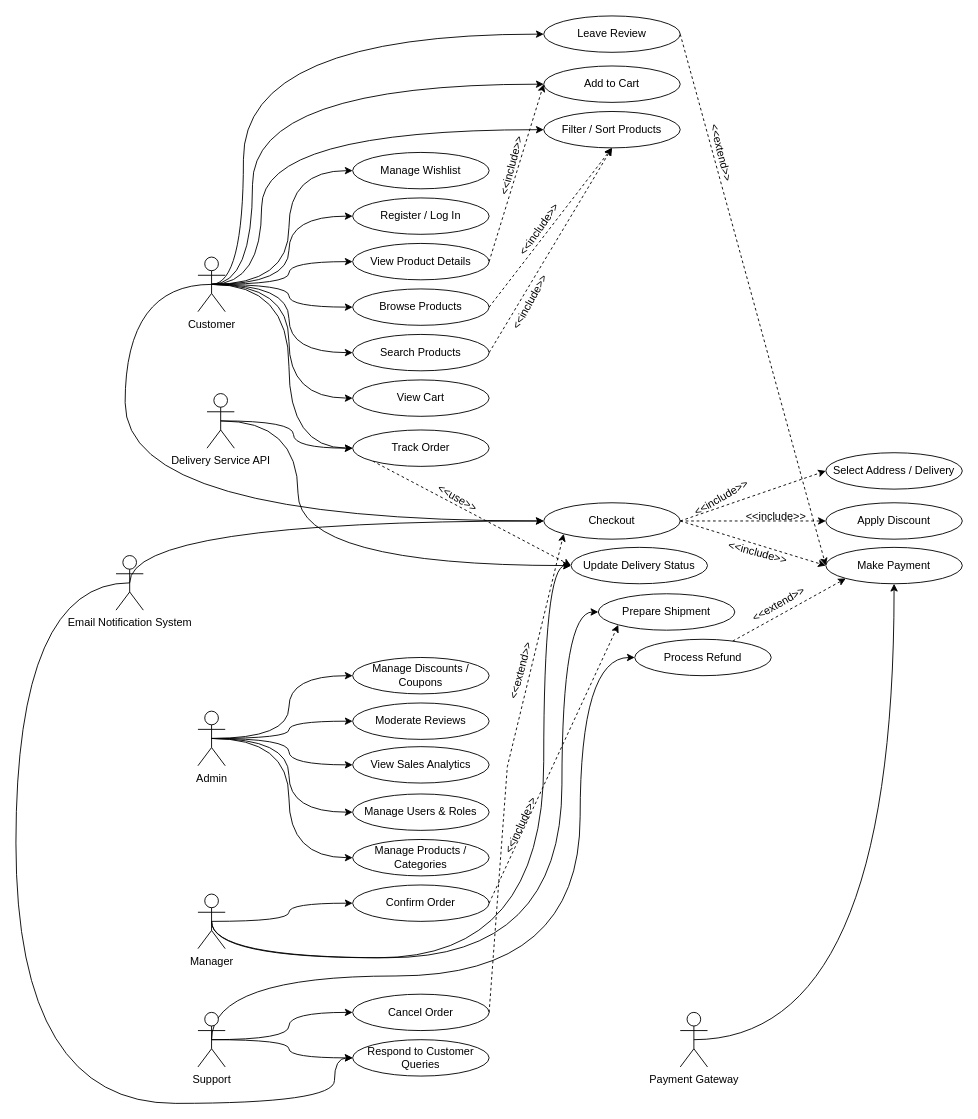
Earlier version of the draw.io diagram Lab2/drawio/usecase.drawio (ValMai12/Labs_1). Source tidied: cells renumbered, new cells numbered last; positions are measured from the earlier drawing's top-left corner, leaving out a move shared by most shapes. Both pictures are drawn from the tidied source at 91%, with x=0, y=0 at pixel (15, 15).
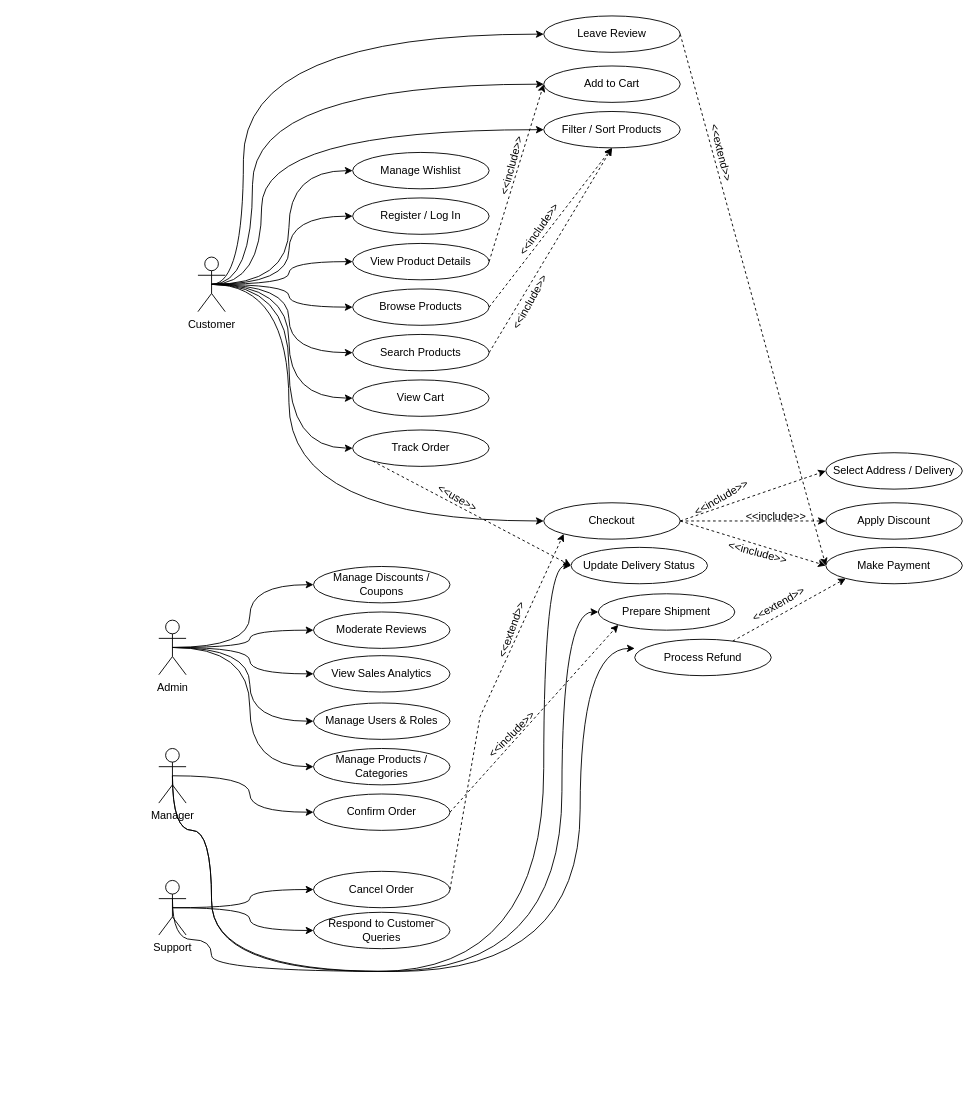
Above is the later version.

Unchanged cells that the change refers to:
```xml
<mxCell id="8" value="Prepare Shipment" style="ellipse;whiteSpace=wrap;html=1;" parent="1" vertex="1">
  <mxGeometry x="640" y="635" width="150" height="40" as="geometry" />
</mxCell>
<mxCell id="9" value="Update Delivery Status" style="ellipse;whiteSpace=wrap;html=1;" parent="1" vertex="1">
  <mxGeometry x="610" y="584" width="150" height="40" as="geometry" />
</mxCell>
<mxCell id="11" value="Process Refund" style="ellipse;whiteSpace=wrap;html=1;" parent="1" vertex="1">
  <mxGeometry x="680" y="685" width="150" height="40" as="geometry" />
</mxCell>
<mxCell id="15" value="Make Payment" style="ellipse;whiteSpace=wrap;html=1;" parent="1" vertex="1">
  <mxGeometry x="890" y="584" width="150" height="40" as="geometry" />
</mxCell>
<mxCell id="17" value="Track Order" style="ellipse;whiteSpace=wrap;html=1;" parent="1" vertex="1">
  <mxGeometry x="370" y="455" width="150" height="40" as="geometry" />
</mxCell>
<mxCell id="27" value="Checkout" style="ellipse;whiteSpace=wrap;html=1;" parent="1" vertex="1">
  <mxGeometry x="580" y="535" width="150" height="40" as="geometry" />
</mxCell>
<mxCell id="49" value="Customer&lt;div&gt;&lt;br&gt;&lt;/div&gt;" style="shape=umlActor;verticalLabelPosition=bottom;verticalAlign=top;html=1;outlineConnect=0;" parent="1" vertex="1">
  <mxGeometry x="200" y="265" width="30" height="60" as="geometry" />
</mxCell>
```

The edit, as a diff of the source:
```diff
@@
     <mxCell id="2" value="Manage Products / Categories" style="ellipse;whiteSpace=wrap;html=1;" parent="1" vertex="1">
-      <mxGeometry x="370" y="905" width="150" height="40" as="geometry" />
+      <mxGeometry x="327" y="805" width="150" height="40" as="geometry" />
     </mxCell>
     <mxCell id="3" value="Manage Discounts / Coupons" style="ellipse;whiteSpace=wrap;html=1;" parent="1" vertex="1">
-      <mxGeometry x="370" y="705" width="150" height="40" as="geometry" />
+      <mxGeometry x="327" y="605" width="150" height="40" as="geometry" />
     </mxCell>
     <mxCell id="4" value="Moderate Reviews" style="ellipse;whiteSpace=wrap;html=1;" parent="1" vertex="1">
-      <mxGeometry x="370" y="755" width="150" height="40" as="geometry" />
+      <mxGeometry x="327" y="655" width="150" height="40" as="geometry" />
     </mxCell>
     <mxCell id="5" value="View Sales Analytics" style="ellipse;whiteSpace=wrap;html=1;" parent="1" vertex="1">
-      <mxGeometry x="370" y="803" width="150" height="40" as="geometry" />
+      <mxGeometry x="327" y="703" width="150" height="40" as="geometry" />
     </mxCell>
@@
     <mxCell id="7" value="Confirm Order" style="ellipse;whiteSpace=wrap;html=1;" parent="1" vertex="1">
-      <mxGeometry x="370" y="955" width="150" height="40" as="geometry" />
+      <mxGeometry x="327" y="855" width="150" height="40" as="geometry" />
     </mxCell>
@@
     <mxCell id="12" style="rounded=0;jettySize=auto;html=1;exitX=1;exitY=0.5;exitDx=0;exitDy=0;entryX=0;entryY=1;entryDx=0;entryDy=0;dashed=1;" parent="1" edge="1" source="13" target="27">
       <mxGeometry relative="1" as="geometry">
         <Array as="points">
-          <mxPoint x="540" y="825" />
+          <mxPoint x="510" y="770" />
         </Array>
       </mxGeometry>
     </mxCell>
     <mxCell id="13" value="Cancel Order" style="ellipse;whiteSpace=wrap;html=1;" parent="1" vertex="1">
-      <mxGeometry x="370" y="1075" width="150" height="40" as="geometry" />
+      <mxGeometry x="327" y="940" width="150" height="40" as="geometry" />
     </mxCell>
     <mxCell id="14" value="Respond to Customer Queries" style="ellipse;whiteSpace=wrap;html=1;" parent="1" vertex="1">
-      <mxGeometry x="370" y="1125" width="150" height="40" as="geometry" />
+      <mxGeometry x="327" y="985" width="150" height="40" as="geometry" />
     </mxCell>
@@
     <mxCell id="21" value="Manage Users &amp;amp; Roles" style="ellipse;whiteSpace=wrap;html=1;" parent="1" vertex="1">
-      <mxGeometry x="370" y="855" width="150" height="40" as="geometry" />
+      <mxGeometry x="327" y="755" width="150" height="40" as="geometry" />
     </mxCell>
@@
     <mxCell id="48" style="edgeStyle=orthogonalEdgeStyle;rounded=0;jettySize=auto;html=1;exitX=0.5;exitY=0.5;exitDx=0;exitDy=0;exitPerimeter=0;curved=1;entryX=0;entryY=0.5;entryDx=0;entryDy=0;" parent="1" edge="1" source="49" target="27">
       <mxGeometry relative="1" as="geometry">
         <Array as="points">
-          <mxPoint x="120" y="295" />
-          <mxPoint x="120" y="555" />
+          <mxPoint x="300" y="295" />
+          <mxPoint x="300" y="555" />
         </Array>
       </mxGeometry>
     </mxCell>
@@
     <mxCell id="55" value="Admin" style="shape=umlActor;verticalLabelPosition=bottom;verticalAlign=top;html=1;outlineConnect=0;" parent="1" vertex="1">
-      <mxGeometry x="200" y="764" width="30" height="60" as="geometry" />
+      <mxGeometry x="157" y="664" width="30" height="60" as="geometry" />
     </mxCell>
-    <mxCell id="56" style="edgeStyle=orthogonalEdgeStyle;rounded=0;jettySize=auto;html=1;exitX=0.5;exitY=0.5;exitDx=0;exitDy=0;exitPerimeter=0;entryX=0;entryY=0.5;entryDx=0;entryDy=0;curved=1;" parent="1" edge="1" source="58" target="17">
-      <mxGeometry relative="1" as="geometry" />
-    </mxCell>
-    <mxCell id="57" style="edgeStyle=orthogonalEdgeStyle;rounded=0;jettySize=auto;html=1;exitX=0.5;exitY=0.5;exitDx=0;exitDy=0;exitPerimeter=0;entryX=0;entryY=0.5;entryDx=0;entryDy=0;curved=1;" parent="1" edge="1" source="58" target="9">
-      <mxGeometry relative="1" as="geometry">
-        <Array as="points">
-          <mxPoint x="310" y="445" />
-          <mxPoint x="310" y="604" />
-        </Array>
-      </mxGeometry>
-    </mxCell>
-    <mxCell id="58" value="Delivery Service API" style="shape=umlActor;verticalLabelPosition=bottom;verticalAlign=top;html=1;outlineConnect=0;" parent="1" vertex="1">
-      <mxGeometry x="210" y="415" width="30" height="60" as="geometry" />
-    </mxCell>
@@
-    <mxCell id="61" style="edgeStyle=orthogonalEdgeStyle;rounded=0;jettySize=auto;html=1;exitX=0.5;exitY=0.5;exitDx=0;exitDy=0;exitPerimeter=0;entryX=0;entryY=0.5;entryDx=0;entryDy=0;curved=1;" parent="1" edge="1" source="62" target="11">
+    <mxCell id="61" style="edgeStyle=orthogonalEdgeStyle;rounded=0;orthogonalLoop=1;jettySize=auto;html=1;exitX=0.5;exitY=0.5;exitDx=0;exitDy=0;exitPerimeter=0;entryX=0;entryY=0.5;entryDx=0;entryDy=0;curved=1;" parent="1" edge="1">
       <mxGeometry relative="1" as="geometry">
+        <mxPoint x="172" y="970" as="sourcePoint" />
+        <mxPoint x="680" y="695" as="targetPoint" />
         <Array as="points">
-          <mxPoint x="215" y="1055" />
-          <mxPoint x="620" y="1055" />
-          <mxPoint x="620" y="705" />
+          <mxPoint x="172" y="1015" />
+          <mxPoint x="215" y="1015" />
+          <mxPoint x="215" y="1050" />
+          <mxPoint x="620" y="1050" />
+          <mxPoint x="620" y="695" />
         </Array>
       </mxGeometry>
     </mxCell>
     <mxCell id="62" value="Support" style="shape=umlActor;verticalLabelPosition=bottom;verticalAlign=top;html=1;outlineConnect=0;" parent="1" vertex="1">
-      <mxGeometry x="200" y="1095" width="30" height="60" as="geometry" />
+      <mxGeometry x="157" y="950" width="30" height="60" as="geometry" />
     </mxCell>
-    <mxCell id="63" style="edgeStyle=orthogonalEdgeStyle;rounded=0;jettySize=auto;html=1;exitX=0.5;exitY=0.5;exitDx=0;exitDy=0;exitPerimeter=0;entryX=0;entryY=0.5;entryDx=0;entryDy=0;curved=1;" parent="1" edge="1" source="65" target="14">
-      <mxGeometry relative="1" as="geometry">
-        <Array as="points">
-          <mxPoint y="623" />
-          <mxPoint y="1195" />
-          <mxPoint x="350" y="1195" />
-          <mxPoint x="350" y="1145" />
-        </Array>
-      </mxGeometry>
-    </mxCell>
-    <mxCell id="64" style="edgeStyle=orthogonalEdgeStyle;rounded=0;jettySize=auto;html=1;exitX=0.5;exitY=0.5;exitDx=0;exitDy=0;exitPerimeter=0;entryX=0;entryY=0.5;entryDx=0;entryDy=0;curved=1;" parent="1" edge="1" source="65" target="27">
-      <mxGeometry relative="1" as="geometry">
-        <Array as="points">
-          <mxPoint x="125" y="555" />
-        </Array>
-      </mxGeometry>
-    </mxCell>
-    <mxCell id="65" value="Email Notification System" style="shape=umlActor;verticalLabelPosition=bottom;verticalAlign=top;html=1;outlineConnect=0;" parent="1" vertex="1">
-      <mxGeometry x="110" y="593" width="30" height="60" as="geometry" />
-    </mxCell>
@@
     <mxCell id="67" style="edgeStyle=orthogonalEdgeStyle;rounded=0;jettySize=auto;html=1;exitX=0.5;exitY=0.5;exitDx=0;exitDy=0;exitPerimeter=0;entryX=0;entryY=0.5;entryDx=0;entryDy=0;curved=1;" parent="1" edge="1" source="69" target="9">
       <mxGeometry relative="1" as="geometry">
         <Array as="points">
-          <mxPoint x="215" y="1035" />
-          <mxPoint x="580" y="1035" />
+          <mxPoint x="172" y="895" />
+          <mxPoint x="215" y="895" />
+          <mxPoint x="215" y="1050" />
+          <mxPoint x="580" y="1050" />
           <mxPoint x="580" y="604" />
         </Array>
       </mxGeometry>
     </mxCell>
     <mxCell id="68" style="edgeStyle=orthogonalEdgeStyle;rounded=0;jettySize=auto;html=1;exitX=0.5;exitY=0.5;exitDx=0;exitDy=0;exitPerimeter=0;entryX=0;entryY=0.5;entryDx=0;entryDy=0;curved=1;" parent="1" edge="1" source="69" target="8">
       <mxGeometry relative="1" as="geometry">
         <Array as="points">
-          <mxPoint x="215" y="1035" />
-          <mxPoint x="600" y="1035" />
+          <mxPoint x="172" y="895" />
+          <mxPoint x="215" y="895" />
+          <mxPoint x="215" y="1050" />
+          <mxPoint x="600" y="1050" />
           <mxPoint x="600" y="655" />
         </Array>
       </mxGeometry>
     </mxCell>
     <mxCell id="69" value="Manager" style="shape=umlActor;verticalLabelPosition=bottom;verticalAlign=top;html=1;outlineConnect=0;" parent="1" vertex="1">
-      <mxGeometry x="200" y="965" width="30" height="60" as="geometry" />
+      <mxGeometry x="157" y="805" width="30" height="60" as="geometry" />
     </mxCell>
-    <mxCell id="70" style="edgeStyle=orthogonalEdgeStyle;rounded=0;jettySize=auto;html=1;exitX=0.5;exitY=0.5;exitDx=0;exitDy=0;exitPerimeter=0;entryX=0.5;entryY=1;entryDx=0;entryDy=0;curved=1;" parent="1" edge="1" source="71" target="15">
-      <mxGeometry relative="1" as="geometry" />
-    </mxCell>
-    <mxCell id="71" value="Payment Gateway" style="shape=umlActor;verticalLabelPosition=bottom;verticalAlign=top;html=1;outlineConnect=0;" parent="1" vertex="1">
-      <mxGeometry x="730" y="1095" width="30" height="60" as="geometry" />
-    </mxCell>
@@
-    <mxCell id="73" value="&amp;lt;&amp;lt;include&amp;gt;&amp;gt;" style="text;html=1;align=center;verticalAlign=middle;strokeColor=none;fillColor=none;rotation=-65;" parent="1" vertex="1">
-      <mxGeometry x="510" y="875" width="90" height="30" as="geometry" />
+    <mxCell id="73" value="&amp;lt;&amp;lt;include&amp;gt;&amp;gt;" style="text;html=1;align=center;verticalAlign=middle;strokeColor=none;fillColor=none;rotation=-45;" parent="1" vertex="1">
+      <mxGeometry x="500" y="775" width="90" height="30" as="geometry" />
     </mxCell>
-    <mxCell id="74" value="&amp;lt;&amp;lt;extend&amp;gt;&amp;gt;" style="text;html=1;align=center;verticalAlign=middle;strokeColor=none;fillColor=none;rotation=-75;" parent="1" vertex="1">
-      <mxGeometry x="510" y="705" width="90" height="30" as="geometry" />
+    <mxCell id="74" value="&amp;lt;&amp;lt;extend&amp;gt;&amp;gt;" style="text;html=1;align=center;verticalAlign=middle;strokeColor=none;fillColor=none;rotation=-70;" parent="1" vertex="1">
+      <mxGeometry x="500" y="660" width="90" height="30" as="geometry" />
     </mxCell>
```
